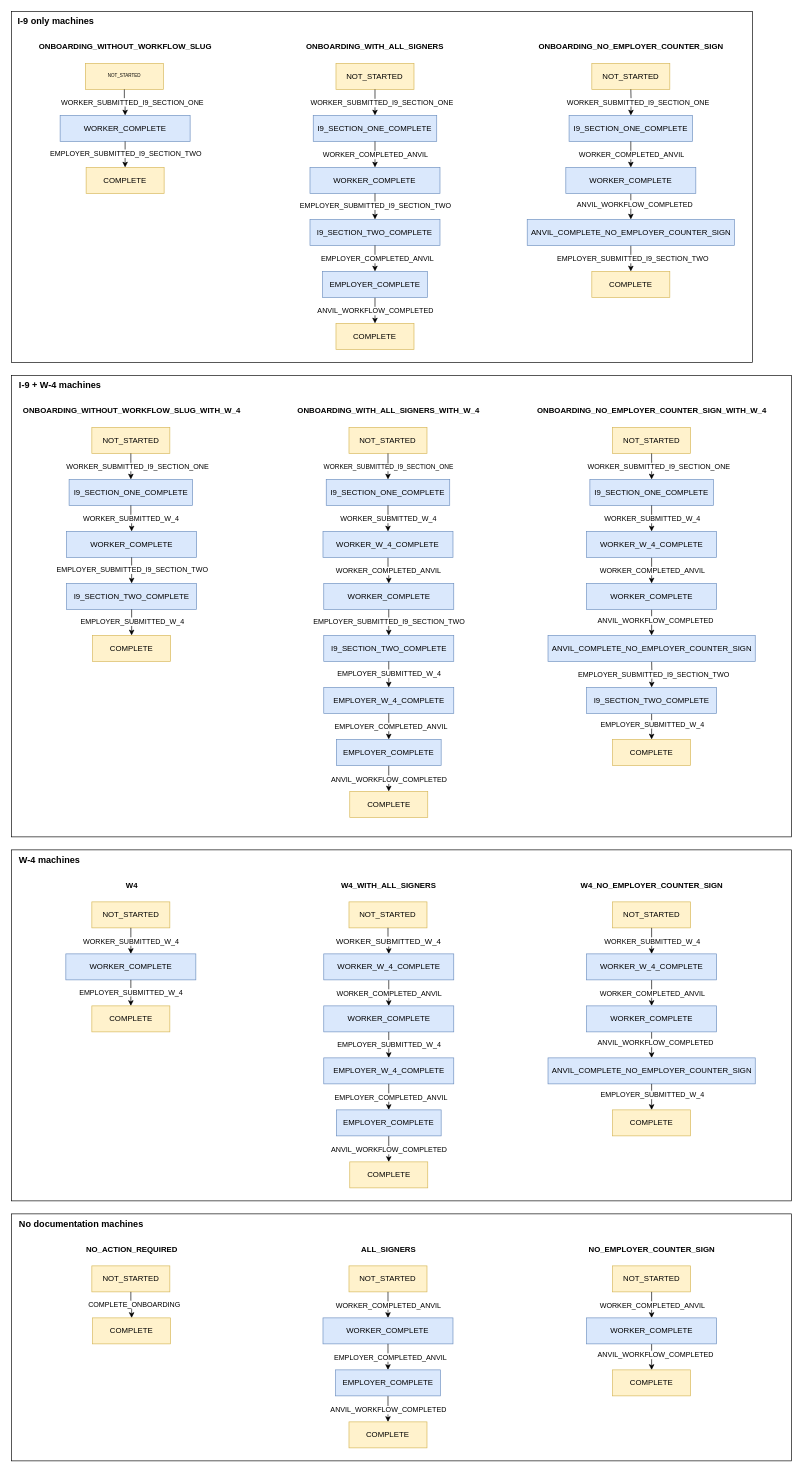
Earlier version of the draw.io diagram state machines.drawio (baldore/angelo). Source tidied: cells renumbered, new cells numbered last; positions are measured from the earlier drawing's top-left corner, leaving out a move shared by most shapes. Both pictures are drawn from the tidied source at 65%, with x=0, y=0 at pixel (11, 11).
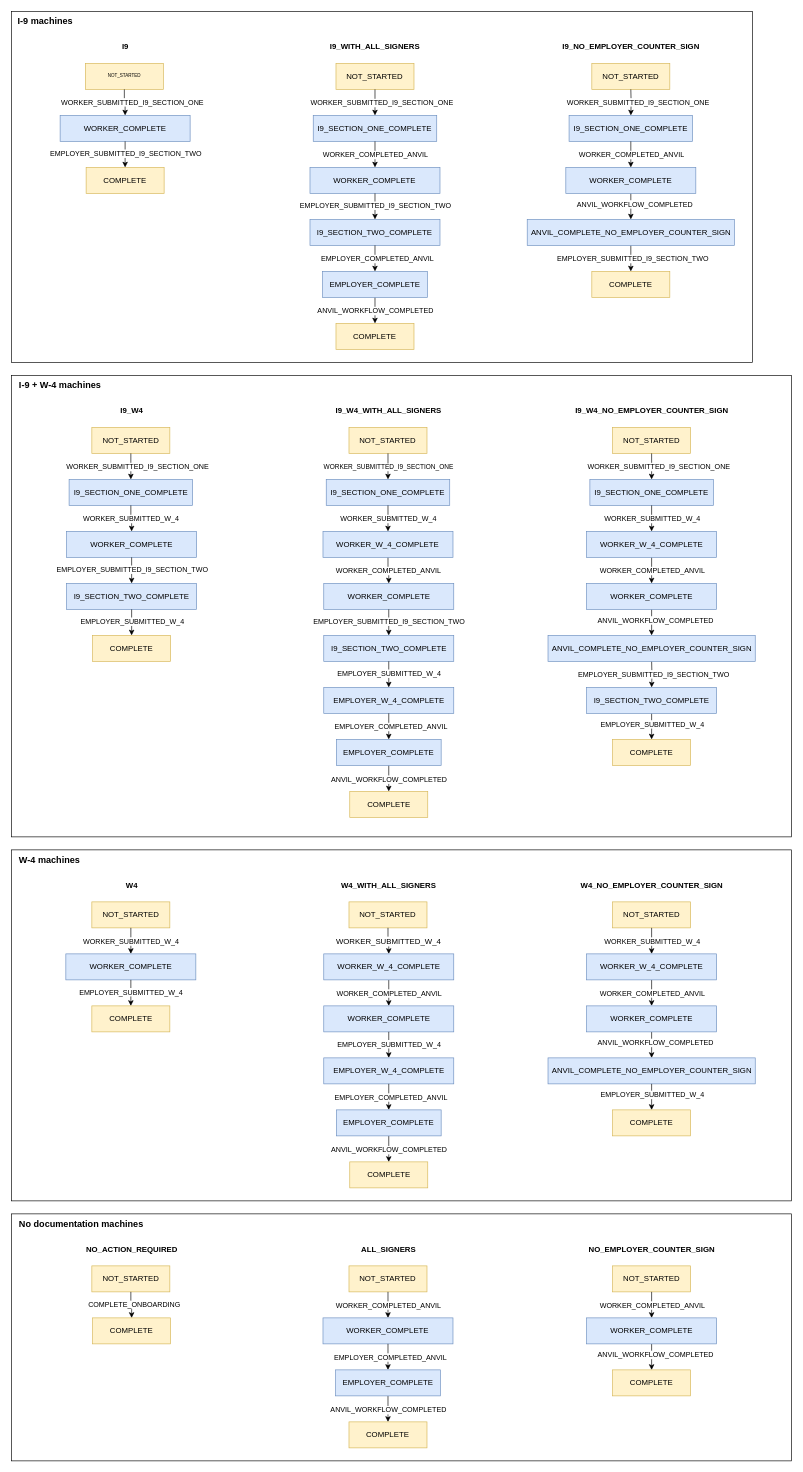
Above is the later version.

What changed in the source:
```diff
@@
-    <mxCell id="10" value="&lt;div&gt;ONBOARDING_WITHOUT_WORKFLOW_SLUG_WITH_W_4&lt;/div&gt;" style="text;html=1;align=center;verticalAlign=middle;strokeColor=none;fillColor=none;fontStyle=1;fontSize=12;" parent="1" vertex="1">
-      <mxGeometry x="10" y="600" width="350" height="30" as="geometry" />
+    <mxCell id="10" value="I9_W4" style="text;html=1;align=center;verticalAlign=middle;strokeColor=none;fillColor=none;fontStyle=1;fontSize=12;" parent="1" vertex="1">
+      <mxGeometry x="155" y="600" width="60" height="30" as="geometry" />
     </mxCell>
@@
-    <mxCell id="24" value="ONBOARDING_WITH_ALL_SIGNERS_WITH_W_4" style="text;html=1;align=center;verticalAlign=middle;strokeColor=none;fillColor=none;fontStyle=1;fontSize=12;" parent="1" vertex="1">
-      <mxGeometry x="430" y="600" width="300" height="30" as="geometry" />
+    <mxCell id="24" value="I9_W4_WITH_ALL_SIGNERS" style="text;html=1;align=center;verticalAlign=middle;strokeColor=none;fillColor=none;fontStyle=1;fontSize=12;" parent="1" vertex="1">
+      <mxGeometry x="490" y="600" width="180" height="30" as="geometry" />
     </mxCell>
@@
-    <mxCell id="47" value="ONBOARDING_NO_EMPLOYER_COUNTER_SIGN_WITH_W_4" style="text;html=1;align=center;verticalAlign=middle;strokeColor=none;fillColor=none;fontStyle=1;fontSize=12;" parent="1" vertex="1">
-      <mxGeometry x="800" y="600" width="370" height="30" as="geometry" />
+    <mxCell id="47" value="I9_W4_NO_EMPLOYER_COUNTER_SIGN" style="text;html=1;align=center;verticalAlign=middle;strokeColor=none;fillColor=none;fontStyle=1;fontSize=12;" parent="1" vertex="1">
+      <mxGeometry x="855" y="600" width="260" height="30" as="geometry" />
     </mxCell>
@@
-    <mxCell id="66" value="ONBOARDING_WITHOUT_WORKFLOW_SLUG" style="text;html=1;align=center;verticalAlign=middle;strokeColor=none;fillColor=none;fontStyle=1;fontSize=12;" parent="1" vertex="1">
-      <mxGeometry x="30" y="40" width="290" height="30" as="geometry" />
+    <mxCell id="66" value="I9" style="text;html=1;align=center;verticalAlign=middle;strokeColor=none;fillColor=none;fontStyle=1;fontSize=12;" parent="1" vertex="1">
+      <mxGeometry x="160" y="40" width="30" height="30" as="geometry" />
     </mxCell>
@@
-    <mxCell id="75" value="ONBOARDING_WITH_ALL_SIGNERS" style="text;html=1;align=center;verticalAlign=middle;strokeColor=none;fillColor=none;fontStyle=1;fontSize=12;" parent="1" vertex="1">
-      <mxGeometry x="444.4" y="40" width="230" height="30" as="geometry" />
+    <mxCell id="75" value="I9_WITH_ALL_SIGNERS" style="text;html=1;align=center;verticalAlign=middle;strokeColor=none;fillColor=none;fontStyle=1;fontSize=12;" parent="1" vertex="1">
+      <mxGeometry x="479.4" y="40" width="160" height="30" as="geometry" />
     </mxCell>
@@
-    <mxCell id="92" value="ONBOARDING_NO_EMPLOYER_COUNTER_SIGN" style="text;html=1;align=center;verticalAlign=middle;strokeColor=none;fillColor=none;fontStyle=1;fontSize=12;" parent="1" vertex="1">
-      <mxGeometry x="798" y="40" width="310" height="30" as="geometry" />
+    <mxCell id="92" value="I9_NO_EMPLOYER_COUNTER_SIGN" style="text;html=1;align=center;verticalAlign=middle;strokeColor=none;fillColor=none;fontStyle=1;fontSize=12;" parent="1" vertex="1">
+      <mxGeometry x="838" y="40" width="230" height="30" as="geometry" />
     </mxCell>
@@
-    <mxCell id="101" value="I-9 only machines" style="text;html=1;align=left;verticalAlign=middle;strokeColor=none;fillColor=none;fontStyle=1;fontSize=14;" parent="1" vertex="1">
-      <mxGeometry x="8" width="130" height="30" as="geometry" />
+    <mxCell id="101" value="I-9 machines" style="text;html=1;align=left;verticalAlign=middle;strokeColor=none;fillColor=none;fontStyle=1;fontSize=14;" parent="1" vertex="1">
+      <mxGeometry x="8" width="100" height="30" as="geometry" />
     </mxCell>
```
